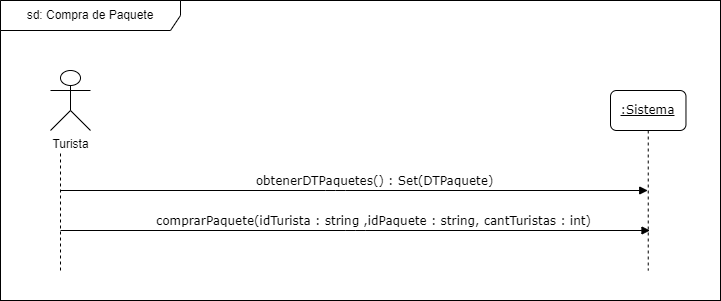
FacundoDiaz00/Taller-de-Programaci-n keeps this draw.io diagram as docs/Iteración 2/Análisis/DSS Servidor web/Compra de Paquete.png. Above is the earlier version. Source tidied: cells renumbered, new cells last; positions are measured from the earlier drawing's top-left corner, leaving out a move shared by most shapes.
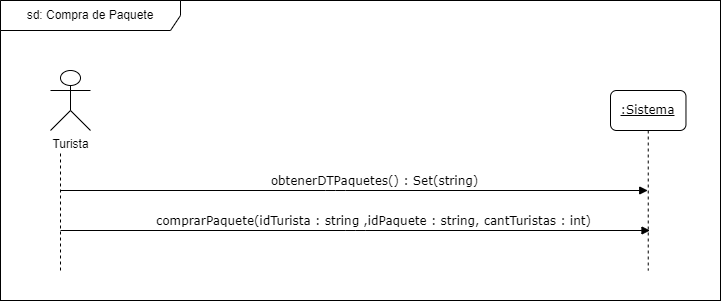
The same file after the commit.

Commit message:
fix compraPaquete WEV

Change to the diagram source:
```diff
@@ -11,7 +11,7 @@
     <mxCell id="4" value="Turista" style="shape=umlActor;verticalLabelPosition=bottom;verticalAlign=top;html=1;rounded=1;" parent="1" vertex="1">
       <mxGeometry x="50" y="70" width="40" height="60" as="geometry" />
     </mxCell>
-    <mxCell id="5" value="obtenerDTPaquetes() : Set(DTPaquete)" style="html=1;verticalAlign=bottom;endArrow=block;labelBackgroundColor=none;fontFamily=Verdana;fontSize=12;edgeStyle=elbowEdgeStyle;elbow=vertical;" parent="1" edge="1" target="8">
+    <mxCell id="5" value="obtenerDTPaquetes() : Set(string)" style="html=1;verticalAlign=bottom;endArrow=block;labelBackgroundColor=none;fontFamily=Verdana;fontSize=12;edgeStyle=elbowEdgeStyle;elbow=vertical;" parent="1" edge="1" target="8">
       <mxGeometry x="0.07" relative="1" as="geometry">
         <mxPoint x="60" y="190" as="sourcePoint" />
       </mxGeometry>
```
